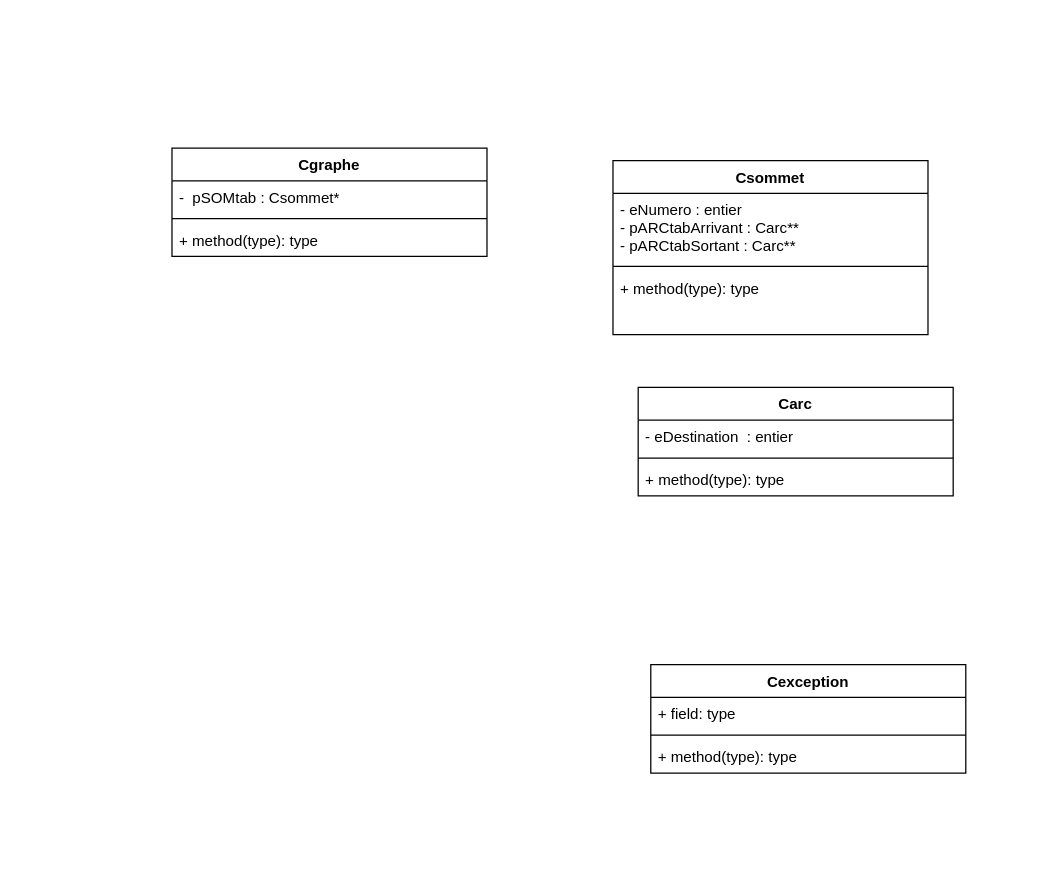
The draw.io diagram ClassDiagram.drawio in Banalian/ProjetTutCppGraphs, before the edit. Source tidied: cells renumbered, new cells numbered last; positions are measured from the earlier drawing's top-left corner, leaving out a move shared by most shapes. Both pictures are drawn from the tidied source at 126%, with x=0, y=0 at pixel (171, 147).
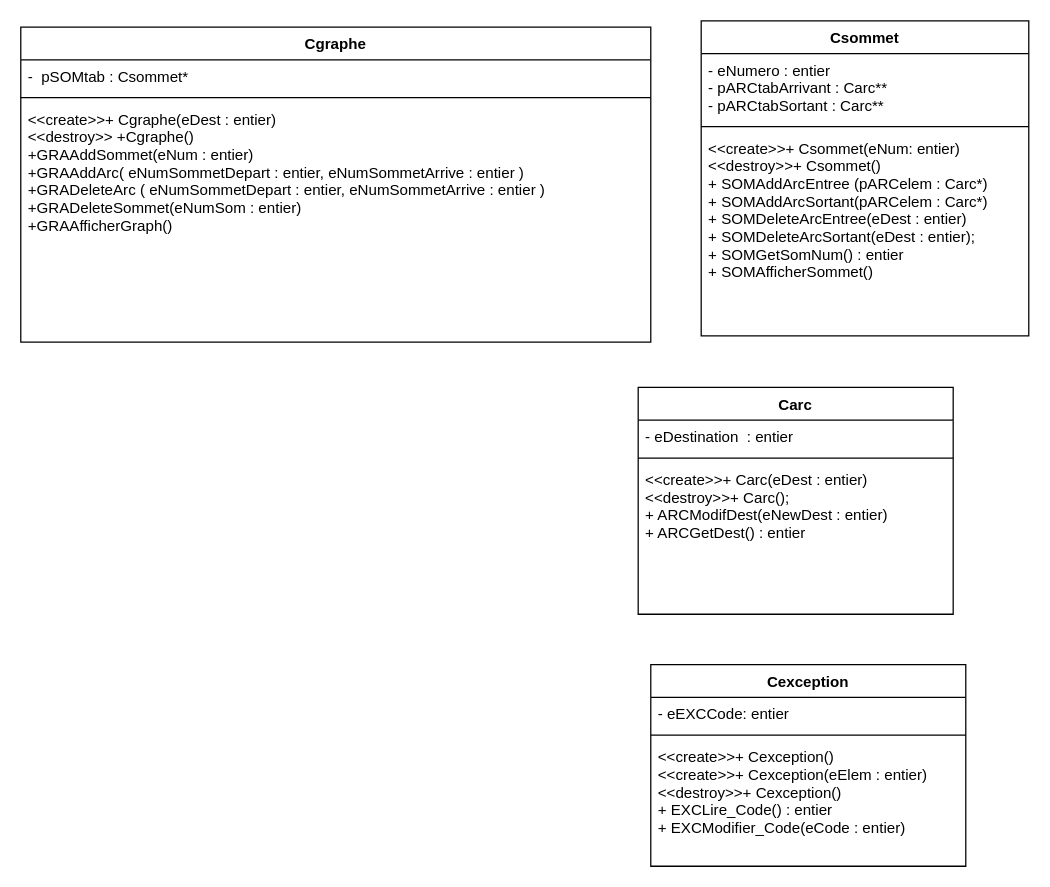
The same page after the edit.

What changed in the source:
```diff
@@
 <mxGraphModel>
   <root>
     <mxCell id="0" />
     <mxCell id="1" parent="0" />
     <mxCell id="2" value="Cgraphe" style="swimlane;fontStyle=1;align=center;verticalAlign=top;horizontal=1;startSize=26;" parent="1" vertex="1">
-      <mxGeometry width="250" height="86" as="geometry" />
+      <mxGeometry x="-120" y="-96" width="500" height="250" as="geometry" />
     </mxCell>
     <mxCell id="3" value="-  pSOMtab : Csommet*" style="text;strokeColor=none;fillColor=none;align=left;verticalAlign=top;spacingLeft=4;spacingRight=4;overflow=hidden;" parent="2" vertex="1">
-      <mxGeometry y="26" width="250" height="26" as="geometry" />
+      <mxGeometry y="26" width="500" height="26" as="geometry" />
     </mxCell>
     <mxCell id="4" style="line;strokeWidth=1;fillColor=none;align=left;verticalAlign=middle;spacingTop=-1;spacingLeft=3;spacingRight=3;labelPosition=right;" parent="2" vertex="1">
-      <mxGeometry y="52" width="250" height="8" as="geometry" />
+      <mxGeometry y="52" width="500" height="8" as="geometry" />
     </mxCell>
-    <mxCell id="5" value="+ method(type): type" style="text;strokeColor=none;fillColor=none;align=left;verticalAlign=top;spacingLeft=4;spacingRight=4;overflow=hidden;" parent="2" vertex="1">
-      <mxGeometry y="60" width="250" height="26" as="geometry" />
+    <mxCell id="5" value="&lt;&lt;create&gt;&gt;+ Cgraphe(eDest : entier)&#10;&lt;&lt;destroy&gt;&gt; +Cgraphe()&#10;+GRAAddSommet(eNum : entier)&#10;+GRAAddArc( eNumSommetDepart : entier, eNumSommetArrive : entier )&#10;+GRADeleteArc ( eNumSommetDepart : entier, eNumSommetArrive : entier )&#10;+GRADeleteSommet(eNumSom : entier)&#10;+GRAAfficherGraph()" style="text;strokeColor=none;fillColor=none;align=left;verticalAlign=top;spacingLeft=4;spacingRight=4;overflow=hidden;" parent="2" vertex="1">
+      <mxGeometry y="60" width="500" height="190" as="geometry" />
     </mxCell>
     <mxCell id="6" value="Csommet" style="swimlane;fontStyle=1;align=center;verticalAlign=top;horizontal=1;startSize=26;" parent="1" vertex="1">
-      <mxGeometry x="350" y="10" width="250" height="138" as="geometry" />
+      <mxGeometry x="420" y="-101" width="260" height="250" as="geometry" />
     </mxCell>
     <mxCell id="7" value="- eNumero : entier&#10;- pARCtabArrivant : Carc**&#10;- pARCtabSortant : Carc**" style="text;strokeColor=none;fillColor=none;align=left;verticalAlign=top;spacingLeft=4;spacingRight=4;overflow=hidden;" parent="6" vertex="1">
-      <mxGeometry y="26" width="250" height="54" as="geometry" />
+      <mxGeometry y="26" width="260" height="54" as="geometry" />
     </mxCell>
     <mxCell id="8" style="line;strokeWidth=1;fillColor=none;align=left;verticalAlign=middle;spacingTop=-1;spacingLeft=3;spacingRight=3;labelPosition=right;" parent="6" vertex="1">
-      <mxGeometry y="80" width="250" height="8" as="geometry" />
+      <mxGeometry y="80" width="260" height="8" as="geometry" />
     </mxCell>
-    <mxCell id="9" value="+ method(type): type" style="text;strokeColor=none;fillColor=none;align=left;verticalAlign=top;spacingLeft=4;spacingRight=4;overflow=hidden;" parent="6" vertex="1">
-      <mxGeometry y="88" width="250" height="50" as="geometry" />
+    <mxCell id="9" value="&lt;&lt;create&gt;&gt;+ Csommet(eNum: entier)&#10;&lt;&lt;destroy&gt;&gt;+ Csommet()&#10;+ SOMAddArcEntree (pARCelem : Carc*)&#10;+ SOMAddArcSortant(pARCelem : Carc*)&#10;+ SOMDeleteArcEntree(eDest : entier)&#10;+ SOMDeleteArcSortant(eDest : entier);&#10;+ SOMGetSomNum() : entier&#10;+ SOMAfficherSommet()" style="text;strokeColor=none;fillColor=none;align=left;verticalAlign=top;spacingLeft=4;spacingRight=4;overflow=hidden;" parent="6" vertex="1">
+      <mxGeometry y="88" width="260" height="162" as="geometry" />
     </mxCell>
     <mxCell id="10" value="Carc" style="swimlane;fontStyle=1;align=center;verticalAlign=top;horizontal=1;startSize=26;" parent="1" vertex="1">
-      <mxGeometry x="370" y="190" width="250" height="86" as="geometry" />
+      <mxGeometry x="370" y="190" width="250" height="180" as="geometry" />
     </mxCell>
     <mxCell id="11" value="- eDestination  : entier" style="text;strokeColor=none;fillColor=none;align=left;verticalAlign=top;spacingLeft=4;spacingRight=4;overflow=hidden;" parent="10" vertex="1">
       <mxGeometry y="26" width="250" height="26" as="geometry" />
     </mxCell>
     <mxCell id="12" style="line;strokeWidth=1;fillColor=none;align=left;verticalAlign=middle;spacingTop=-1;spacingLeft=3;spacingRight=3;labelPosition=right;" parent="10" vertex="1">
       <mxGeometry y="52" width="250" height="8" as="geometry" />
     </mxCell>
-    <mxCell id="13" value="+ method(type): type" style="text;strokeColor=none;fillColor=none;align=left;verticalAlign=top;spacingLeft=4;spacingRight=4;overflow=hidden;" parent="10" vertex="1">
-      <mxGeometry y="60" width="250" height="26" as="geometry" />
+    <mxCell id="13" value="&lt;&lt;create&gt;&gt;+ Carc(eDest : entier)&#10;&lt;&lt;destroy&gt;&gt;+ Carc();&#10;+ ARCModifDest(eNewDest : entier)&#10;+ ARCGetDest() : entier" style="text;strokeColor=none;fillColor=none;align=left;verticalAlign=top;spacingLeft=4;spacingRight=4;overflow=hidden;" parent="10" vertex="1">
+      <mxGeometry y="60" width="250" height="120" as="geometry" />
     </mxCell>
     <mxCell id="14" value="Cexception" style="swimlane;fontStyle=1;align=center;verticalAlign=top;horizontal=1;startSize=26;" parent="1" vertex="1">
-      <mxGeometry x="380" y="410" width="250" height="86" as="geometry" />
+      <mxGeometry x="380" y="410" width="250" height="160" as="geometry" />
     </mxCell>
-    <mxCell id="15" value="+ field: type" style="text;strokeColor=none;fillColor=none;align=left;verticalAlign=top;spacingLeft=4;spacingRight=4;overflow=hidden;" parent="14" vertex="1">
+    <mxCell id="15" value="- eEXCCode: entier" style="text;strokeColor=none;fillColor=none;align=left;verticalAlign=top;spacingLeft=4;spacingRight=4;overflow=hidden;" parent="14" vertex="1">
       <mxGeometry y="26" width="250" height="26" as="geometry" />
     </mxCell>
     <mxCell id="16" style="line;strokeWidth=1;fillColor=none;align=left;verticalAlign=middle;spacingTop=-1;spacingLeft=3;spacingRight=3;labelPosition=right;" parent="14" vertex="1">
       <mxGeometry y="52" width="250" height="8" as="geometry" />
     </mxCell>
-    <mxCell id="17" value="+ method(type): type" style="text;strokeColor=none;fillColor=none;align=left;verticalAlign=top;spacingLeft=4;spacingRight=4;overflow=hidden;" parent="14" vertex="1">
-      <mxGeometry y="60" width="250" height="26" as="geometry" />
+    <mxCell id="17" value="&lt;&lt;create&gt;&gt;+ Cexception()&#10;&lt;&lt;create&gt;&gt;+ Cexception(eElem : entier)&#10;&lt;&lt;destroy&gt;&gt;+ Cexception()&#10;+ EXCLire_Code() : entier&#10;+ EXCModifier_Code(eCode : entier)" style="text;strokeColor=none;fillColor=none;align=left;verticalAlign=top;spacingLeft=4;spacingRight=4;overflow=hidden;" parent="14" vertex="1">
+      <mxGeometry y="60" width="250" height="100" as="geometry" />
     </mxCell>
   </root>
 </mxGraphModel>
```
